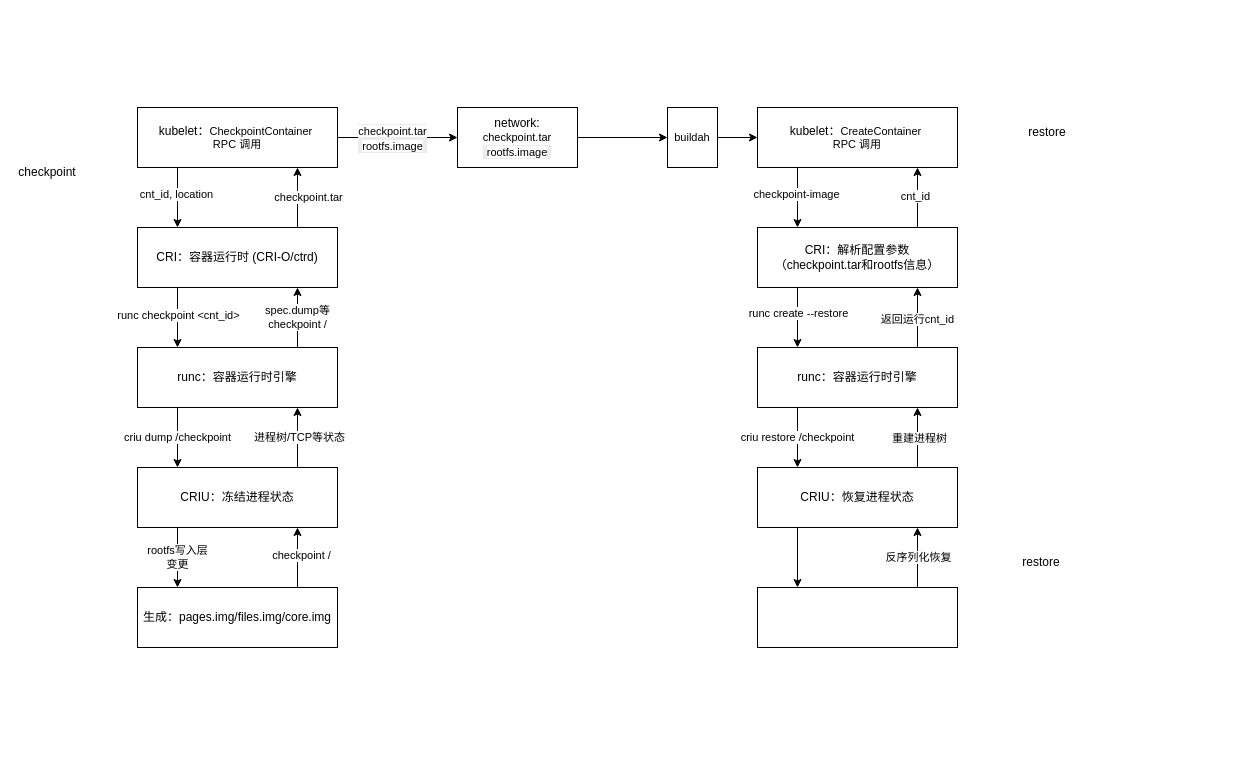
The draw.io diagram C/R.drawio in hello672fz/livemigration, before the edit. Source tidied: cells renumbered, new cells numbered last; positions are measured from the earlier drawing's top-left corner, leaving out a move shared by most shapes. Both pictures are drawn from the tidied source at 100%, with x=0, y=0 at pixel (17, 107).
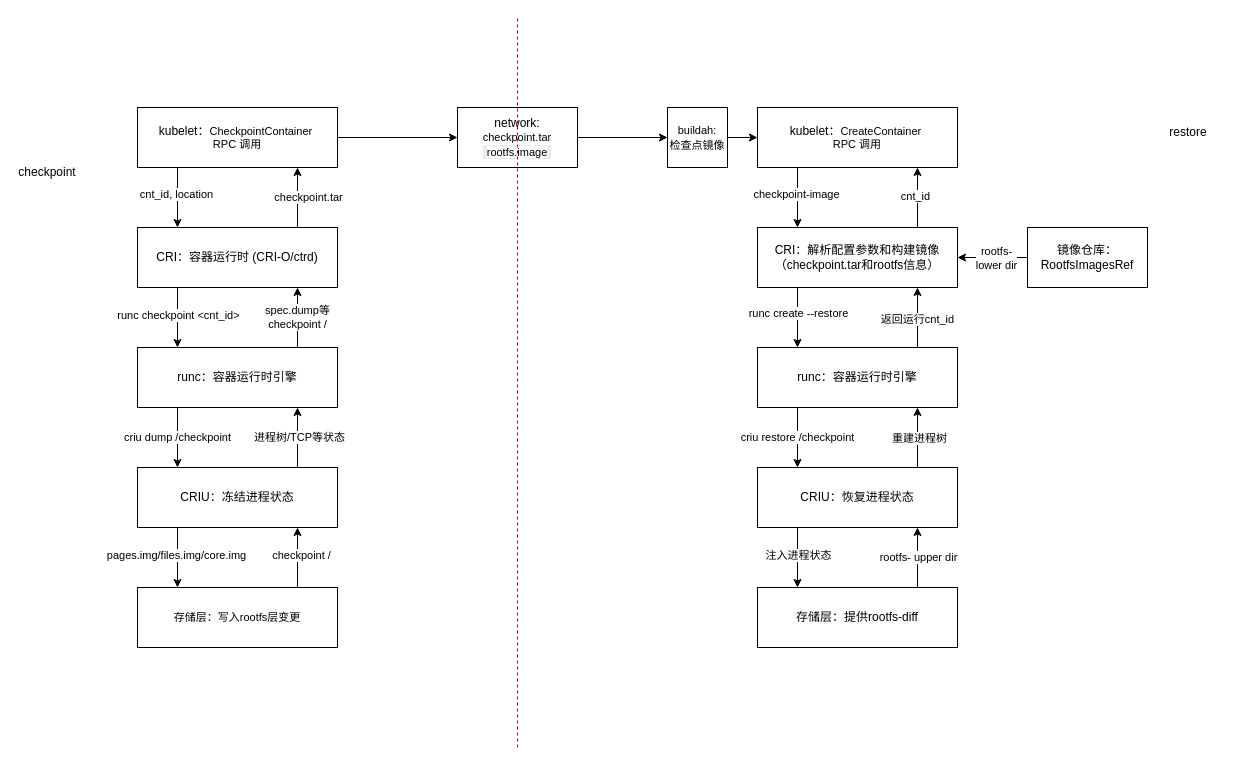
The same page after the edit.

Unchanged cells that the change refers to:
```xml
<mxCell id="2" style="edgeStyle=orthogonalEdgeStyle;rounded=0;jettySize=auto;html=1;exitX=1;exitY=0.5;exitDx=0;exitDy=0;entryX=0;entryY=0.5;entryDx=0;entryDy=0;" parent="1" edge="1" source="4" target="54">
  <mxGeometry relative="1" as="geometry" />
</mxCell>
<mxCell id="15" style="endArrow=classic;html=1;rounded=0;entryX=0.3;entryY=0;entryDx=0;entryDy=0;entryPerimeter=0;" parent="1" edge="1">
  <mxGeometry relative="1" as="geometry">
    <mxPoint x="160" y="420" as="sourcePoint" />
    <mxPoint x="160" y="480" as="targetPoint" />
  </mxGeometry>
</mxCell>
<mxCell id="39" style="endArrow=classic;html=1;rounded=0;entryX=0.3;entryY=0;entryDx=0;entryDy=0;entryPerimeter=0;" parent="1" edge="1">
  <mxGeometry relative="1" as="geometry">
    <mxPoint x="780" y="420" as="sourcePoint" />
    <mxPoint x="780" y="480" as="targetPoint" />
  </mxGeometry>
</mxCell>
<mxCell id="47" style="endArrow=classic;html=1;rounded=0;entryX=1;entryY=0.75;entryDx=0;entryDy=0;" parent="1" edge="1">
  <mxGeometry relative="1" as="geometry">
    <mxPoint x="900" y="480" as="sourcePoint" />
    <mxPoint x="900" y="420" as="targetPoint" />
  </mxGeometry>
</mxCell>
```

The edit, as a diff of the source:
```diff
@@
-    <mxCell id="3" value="&lt;div style=&quot;font-size: 12px; text-wrap-mode: wrap; background-color: rgb(236, 236, 236);&quot;&gt;&lt;span style=&quot;font-size: 11px; text-wrap-mode: nowrap; background-color: rgb(255, 255, 255);&quot;&gt;checkpoint.tar&lt;/span&gt;&lt;/div&gt;&lt;div style=&quot;font-size: 12px; text-wrap-mode: wrap; background-color: rgb(236, 236, 236);&quot;&gt;&lt;span style=&quot;font-size: 11px; text-wrap-mode: nowrap; background-color: rgb(255, 255, 255);&quot;&gt;rootfs.image&lt;/span&gt;&lt;/div&gt;" style="edgeLabel;html=1;align=center;verticalAlign=middle;" parent="2" vertex="1">
+    <mxCell id="3" value="&lt;div style=&quot;font-size: 12px; text-wrap-mode: wrap; background-color: rgb(236, 236, 236);&quot;&gt;&lt;br&gt;&lt;/div&gt;" style="edgeLabel;html=1;align=center;verticalAlign=middle;" parent="2" vertex="1">
       <mxGeometry y="2" relative="1" as="geometry">
         <mxPoint x="-6" y="2" as="offset" />
       </mxGeometry>
     </mxCell>
@@
-    <mxCell id="8" value="生成：pages.img/files.img/core.img" style="rounded=0;whiteSpace=wrap;html=1;" parent="1" vertex="1">
+    <mxCell id="8" value="&lt;span style=&quot;font-size: 11px; text-wrap-mode: nowrap; background-color: rgb(255, 255, 255);&quot;&gt;存储层：&lt;/span&gt;&lt;span style=&quot;color: light-dark(rgb(0, 0, 0), rgb(255, 255, 255)); font-size: 11px; text-wrap-mode: nowrap; background-color: rgb(255, 255, 255);&quot;&gt;写入rootfs层&lt;/span&gt;&lt;span style=&quot;font-size: 11px; text-wrap-mode: nowrap; background-color: transparent; color: light-dark(rgb(0, 0, 0), rgb(255, 255, 255));&quot;&gt;变更&lt;/span&gt;" style="rounded=0;whiteSpace=wrap;html=1;" parent="1" vertex="1">
       <mxGeometry x="120" y="480" width="200" height="60" as="geometry" />
     </mxCell>
@@
-    <mxCell id="16" value="rootfs&lt;span style=&quot;background-color: light-dark(#ffffff, var(--ge-dark-color, #121212)); color: light-dark(rgb(0, 0, 0), rgb(255, 255, 255));&quot;&gt;写入层&lt;/span&gt;&lt;div&gt;变更&lt;/div&gt;" style="edgeLabel;html=1;align=center;verticalAlign=middle;" parent="15" vertex="1">
-      <mxGeometry x="-0.05" y="-1" relative="1" as="geometry" />
-    </mxCell>
+    <mxCell id="55" value="pages.img/files.img/core.img" style="edgeLabel;html=1;align=center;verticalAlign=middle;" parent="15" vertex="1">
+      <mxGeometry x="-0.1" y="-2" relative="1" as="geometry" />
+    </mxCell>
@@
-    <mxCell id="29" value="&lt;font style=&quot;font-size: 12px;&quot;&gt;CRI：&lt;span style=&quot;background-color: transparent; color: light-dark(rgb(0, 0, 0), rgb(255, 255, 255));&quot;&gt;解析配置参数&lt;/span&gt;&lt;/font&gt;&lt;div&gt;&lt;font style=&quot;font-size: 12px;&quot;&gt;&lt;span style=&quot;background-color: transparent; color: light-dark(rgb(0, 0, 0), rgb(255, 255, 255));&quot;&gt;（checkpoint.tar和rootfs信息）&lt;/span&gt;&lt;/font&gt;&lt;/div&gt;" style="rounded=0;whiteSpace=wrap;html=1;" parent="1" vertex="1">
+    <mxCell id="29" value="&lt;font style=&quot;font-size: 12px;&quot;&gt;CRI：&lt;span style=&quot;background-color: transparent; color: light-dark(rgb(0, 0, 0), rgb(255, 255, 255));&quot;&gt;解析配置参数和构建镜像&lt;/span&gt;&lt;/font&gt;&lt;div&gt;&lt;font style=&quot;font-size: 12px;&quot;&gt;&lt;span style=&quot;background-color: transparent; color: light-dark(rgb(0, 0, 0), rgb(255, 255, 255));&quot;&gt;（checkpoint.tar和rootfs信息）&lt;/span&gt;&lt;/font&gt;&lt;/div&gt;" style="rounded=0;whiteSpace=wrap;html=1;" parent="1" vertex="1">
       <mxGeometry x="740" y="120" width="200" height="60" as="geometry" />
     </mxCell>
@@
-    <mxCell id="32" style="rounded=0;whiteSpace=wrap;html=1;" parent="1" vertex="1">
+    <mxCell id="32" value="存储层：提供rootfs-diff" style="rounded=0;whiteSpace=wrap;html=1;" parent="1" vertex="1">
       <mxGeometry x="740" y="480" width="200" height="60" as="geometry" />
     </mxCell>
@@
+    <mxCell id="56" value="注入进程状态" style="edgeLabel;html=1;align=center;verticalAlign=middle;" parent="39" vertex="1">
+      <mxGeometry x="-0.1" relative="1" as="geometry" />
+    </mxCell>
@@
-    <mxCell id="48" value="反序列化恢复" style="edgeLabel;html=1;align=center;verticalAlign=middle;" parent="47" vertex="1">
+    <mxCell id="48" value="rootfs- upper dir" style="edgeLabel;html=1;align=center;verticalAlign=middle;" parent="47" vertex="1">
       <mxGeometry x="0.05" relative="1" as="geometry">
         <mxPoint y="1" as="offset" />
       </mxGeometry>
     </mxCell>
     <mxCell id="49" value="restore" style="text;html=1;align=center;verticalAlign=middle;whiteSpace=wrap;rounded=0;" parent="1" vertex="1">
-      <mxGeometry x="1000" y="10" width="60" height="30" as="geometry" />
+      <mxGeometry x="1141" y="10" width="60" height="30" as="geometry" />
     </mxCell>
-    <mxCell id="50" value="restore" style="text;html=1;align=center;verticalAlign=middle;whiteSpace=wrap;rounded=0;" parent="1" vertex="1">
-      <mxGeometry x="994" y="440" width="60" height="30" as="geometry" />
-    </mxCell>
@@
-    <mxCell id="52" value="&lt;div&gt;&lt;span style=&quot;font-size: 11px; text-wrap-mode: nowrap; background-color: rgb(255, 255, 255);&quot;&gt;buildah&lt;/span&gt;&lt;/div&gt;" style="rounded=0;whiteSpace=wrap;html=1;" parent="1" vertex="1">
-      <mxGeometry x="650" width="50" height="60" as="geometry" />
+    <mxCell id="52" value="&lt;div&gt;&lt;span style=&quot;font-size: 11px; text-wrap-mode: nowrap; background-color: rgb(255, 255, 255);&quot;&gt;buildah:&lt;/span&gt;&lt;/div&gt;&lt;div&gt;&lt;span style=&quot;font-size: 11px; text-wrap-mode: nowrap; background-color: rgb(255, 255, 255);&quot;&gt;检查点镜像&lt;/span&gt;&lt;/div&gt;" style="rounded=0;whiteSpace=wrap;html=1;" parent="1" vertex="1">
+      <mxGeometry x="650" width="60" height="60" as="geometry" />
     </mxCell>
@@
+    <mxCell id="57" style="edgeStyle=orthogonalEdgeStyle;rounded=0;jettySize=auto;html=1;exitX=0;exitY=0.5;exitDx=0;exitDy=0;entryX=1;entryY=0.5;entryDx=0;entryDy=0;" parent="1" edge="1" source="59" target="29">
+      <mxGeometry relative="1" as="geometry" />
+    </mxCell>
+    <mxCell id="58" value="&lt;div&gt;rootfs-&lt;/div&gt;lower dir" style="edgeLabel;html=1;align=center;verticalAlign=middle;" parent="57" vertex="1">
+      <mxGeometry x="-0.09" relative="1" as="geometry" />
+    </mxCell>
+    <mxCell id="59" value="镜像仓库：RootfsImagesRef" style="rounded=0;whiteSpace=wrap;html=1;" parent="1" vertex="1">
+      <mxGeometry x="1010" y="120" width="120" height="60" as="geometry" />
+    </mxCell>
+    <mxCell id="60" style="endArrow=none;dashed=1;html=1;rounded=0;fontColor=#990000;strokeColor=#CC0000;" parent="1" edge="1">
+      <mxGeometry relative="1" as="geometry">
+        <mxPoint x="500" y="640" as="sourcePoint" />
+        <mxPoint x="500" y="-90" as="targetPoint" />
+      </mxGeometry>
+    </mxCell>
```
